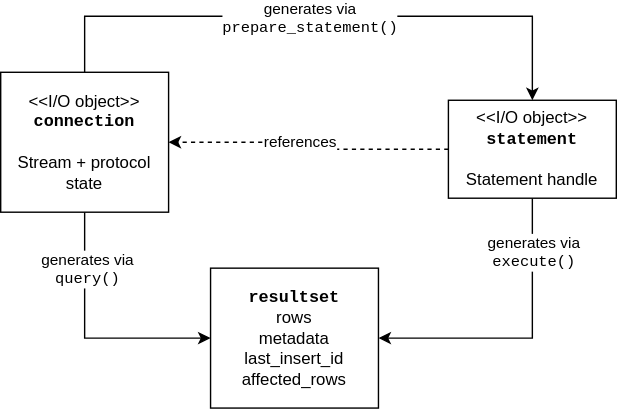
boostorg/mysql keeps this draw.io diagram as doc/images/class_hierarchy.svg. Above is the earlier version. Source tidied: cells renumbered, new cells last; positions are measured from the earlier drawing's top-left corner, leaving out a move shared by most shapes. Source of this version:
```xml
<mxGraphModel>
  <root>
    <mxCell id="0" />
    <mxCell id="1" parent="0" />
    <mxCell id="2" style="edgeStyle=orthogonalEdgeStyle;rounded=0;jettySize=auto;html=1;exitX=0.5;exitY=1;exitDx=0;exitDy=0;entryX=0;entryY=0.5;entryDx=0;entryDy=0;" parent="1" edge="1" source="6" target="7">
      <mxGeometry relative="1" as="geometry" />
    </mxCell>
    <mxCell id="3" value="&lt;div&gt;generates via&lt;br&gt;&lt;/div&gt;&lt;div&gt;&lt;font face=&quot;Courier New&quot;&gt;query()&lt;/font&gt;&lt;br&gt;&lt;/div&gt;" style="edgeLabel;html=1;align=center;verticalAlign=middle;" parent="2" vertex="1">
      <mxGeometry x="-0.55" y="1" relative="1" as="geometry" />
    </mxCell>
    <mxCell id="4" style="edgeStyle=orthogonalEdgeStyle;rounded=0;jettySize=auto;html=1;exitX=0.5;exitY=0;exitDx=0;exitDy=0;entryX=0.5;entryY=0;entryDx=0;entryDy=0;fontFamily=Courier New;" parent="1" edge="1" source="6" target="12">
      <mxGeometry relative="1" as="geometry">
        <Array as="points">
          <mxPoint x="60" />
          <mxPoint x="380" />
        </Array>
      </mxGeometry>
    </mxCell>
    <mxCell id="5" value="&lt;div&gt;&lt;font face=&quot;Helvetica&quot;&gt;generates via&lt;/font&gt;&lt;/div&gt;&lt;div&gt;&lt;font face=&quot;Courier New&quot;&gt;prepare_statement()&lt;/font&gt;&lt;br&gt;&lt;/div&gt;" style="edgeLabel;html=1;align=center;verticalAlign=middle;fontFamily=Courier New;" parent="4" vertex="1">
      <mxGeometry x="0.14" y="-1" relative="1" as="geometry">
        <mxPoint x="-39" as="offset" />
      </mxGeometry>
    </mxCell>
    <mxCell id="6" value="&amp;lt;&amp;lt;I/O object&amp;gt;&amp;gt;&lt;br&gt;&lt;div&gt;&lt;font face=&quot;Courier New&quot;&gt;&lt;b&gt;connection&lt;/b&gt;&lt;/font&gt;&lt;/div&gt;&lt;div&gt;&lt;b&gt;&lt;br&gt;&lt;/b&gt;&lt;/div&gt;&lt;div&gt;Stream + protocol state&lt;br&gt;&lt;/div&gt;" style="rounded=0;whiteSpace=wrap;html=1;" parent="1" vertex="1">
      <mxGeometry y="40" width="120" height="100" as="geometry" />
    </mxCell>
    <mxCell id="7" value="&lt;div&gt;&lt;font face=&quot;Courier New&quot;&gt;&lt;b&gt;resultset&lt;/b&gt;&lt;/font&gt;&lt;/div&gt;&lt;div&gt;rows&lt;/div&gt;&lt;div&gt;metadata&lt;/div&gt;&lt;div&gt;last_insert_id&lt;/div&gt;&lt;div&gt;affected_rows&lt;br&gt;&lt;/div&gt;" style="rounded=0;whiteSpace=wrap;html=1;" parent="1" vertex="1">
      <mxGeometry x="150" y="180" width="120" height="100" as="geometry" />
    </mxCell>
    <mxCell id="8" style="edgeStyle=orthogonalEdgeStyle;rounded=0;jettySize=auto;html=1;entryX=1;entryY=0.5;entryDx=0;entryDy=0;dashed=1;" parent="1" edge="1" source="12" target="6">
      <mxGeometry relative="1" as="geometry" />
    </mxCell>
    <mxCell id="9" value="references" style="edgeLabel;html=1;align=center;verticalAlign=middle;" parent="8" vertex="1">
      <mxGeometry x="0.24" y="-2" relative="1" as="geometry">
        <mxPoint x="16" y="1" as="offset" />
      </mxGeometry>
    </mxCell>
    <mxCell id="10" style="edgeStyle=orthogonalEdgeStyle;rounded=0;jettySize=auto;html=1;exitX=0.5;exitY=1;exitDx=0;exitDy=0;entryX=1;entryY=0.5;entryDx=0;entryDy=0;" parent="1" edge="1" source="12" target="7">
      <mxGeometry relative="1" as="geometry" />
    </mxCell>
    <mxCell id="11" value="&lt;div&gt;&lt;font face=&quot;Helvetica&quot;&gt;generates via&lt;/font&gt;&lt;/div&gt;&lt;div&gt;execute()&lt;br&gt;&lt;/div&gt;" style="edgeLabel;html=1;align=center;verticalAlign=middle;fontFamily=Courier New;" parent="10" vertex="1">
      <mxGeometry x="-0.64" relative="1" as="geometry" />
    </mxCell>
    <mxCell id="12" value="&amp;lt;&amp;lt;I/O object&amp;gt;&amp;gt;&lt;br&gt;&lt;div&gt;&lt;font face=&quot;Courier New&quot;&gt;&lt;b&gt;statement&lt;/b&gt;&lt;/font&gt;&lt;/div&gt;&lt;div&gt;&lt;br&gt;&lt;/div&gt;&lt;div&gt;Statement handle&lt;br&gt;&lt;/div&gt;" style="rounded=0;whiteSpace=wrap;html=1;" parent="1" vertex="1">
      <mxGeometry x="320" y="60" width="120" height="70" as="geometry" />
    </mxCell>
  </root>
</mxGraphModel>
```
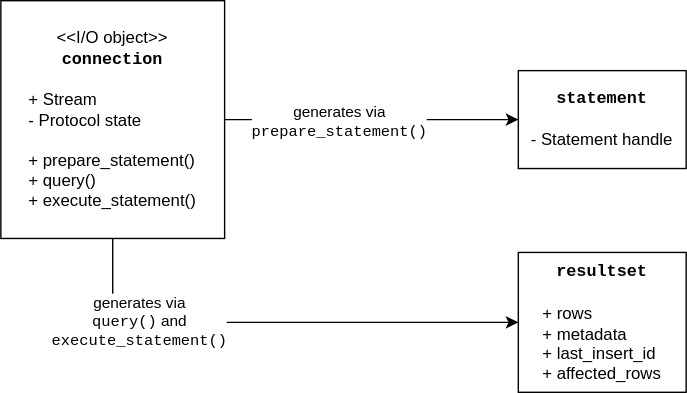
Later version of the same file.

Change to the diagram source:
```diff
@@ -5,44 +5,25 @@
     <mxCell id="2" style="edgeStyle=orthogonalEdgeStyle;rounded=0;jettySize=auto;html=1;exitX=0.5;exitY=1;exitDx=0;exitDy=0;entryX=0;entryY=0.5;entryDx=0;entryDy=0;" parent="1" edge="1" source="6" target="7">
       <mxGeometry relative="1" as="geometry" />
     </mxCell>
-    <mxCell id="3" value="&lt;div&gt;generates via&lt;br&gt;&lt;/div&gt;&lt;div&gt;&lt;font face=&quot;Courier New&quot;&gt;query()&lt;/font&gt;&lt;br&gt;&lt;/div&gt;" style="edgeLabel;html=1;align=center;verticalAlign=middle;" parent="2" vertex="1">
+    <mxCell id="3" value="&lt;div&gt;generates via&lt;br&gt;&lt;/div&gt;&lt;div&gt;&lt;font face=&quot;Courier New&quot;&gt;query()&lt;/font&gt; and&lt;/div&gt;&lt;div&gt;&lt;font face=&quot;Courier New&quot;&gt;execute_statement()&lt;/font&gt;&lt;br&gt;&lt;/div&gt;" style="edgeLabel;html=1;align=center;verticalAlign=middle;" parent="2" vertex="1">
       <mxGeometry x="-0.55" y="1" relative="1" as="geometry" />
     </mxCell>
-    <mxCell id="4" style="edgeStyle=orthogonalEdgeStyle;rounded=0;jettySize=auto;html=1;exitX=0.5;exitY=0;exitDx=0;exitDy=0;entryX=0.5;entryY=0;entryDx=0;entryDy=0;fontFamily=Courier New;" parent="1" edge="1" source="6" target="12">
-      <mxGeometry relative="1" as="geometry">
-        <Array as="points">
-          <mxPoint x="60" />
-          <mxPoint x="380" />
-        </Array>
-      </mxGeometry>
+    <mxCell id="4" style="edgeStyle=orthogonalEdgeStyle;rounded=0;jettySize=auto;html=1;exitX=1;exitY=0.5;exitDx=0;exitDy=0;entryX=0;entryY=0.5;entryDx=0;entryDy=0;fontFamily=Courier New;" parent="1" edge="1" source="6" target="12">
+      <mxGeometry relative="1" as="geometry" />
     </mxCell>
     <mxCell id="5" value="&lt;div&gt;&lt;font face=&quot;Helvetica&quot;&gt;generates via&lt;/font&gt;&lt;/div&gt;&lt;div&gt;&lt;font face=&quot;Courier New&quot;&gt;prepare_statement()&lt;/font&gt;&lt;br&gt;&lt;/div&gt;" style="edgeLabel;html=1;align=center;verticalAlign=middle;fontFamily=Courier New;" parent="4" vertex="1">
       <mxGeometry x="0.14" y="-1" relative="1" as="geometry">
         <mxPoint x="-39" as="offset" />
       </mxGeometry>
     </mxCell>
-    <mxCell id="6" value="&amp;lt;&amp;lt;I/O object&amp;gt;&amp;gt;&lt;br&gt;&lt;div&gt;&lt;font face=&quot;Courier New&quot;&gt;&lt;b&gt;connection&lt;/b&gt;&lt;/font&gt;&lt;/div&gt;&lt;div&gt;&lt;b&gt;&lt;br&gt;&lt;/b&gt;&lt;/div&gt;&lt;div&gt;Stream + protocol state&lt;br&gt;&lt;/div&gt;" style="rounded=0;whiteSpace=wrap;html=1;" parent="1" vertex="1">
-      <mxGeometry y="40" width="120" height="100" as="geometry" />
+    <mxCell id="6" value="&amp;lt;&amp;lt;I/O object&amp;gt;&amp;gt;&lt;br&gt;&lt;div&gt;&lt;font face=&quot;Courier New&quot;&gt;&lt;b&gt;connection&lt;/b&gt;&lt;/font&gt;&lt;/div&gt;&lt;div&gt;&lt;br&gt;&lt;/div&gt;&lt;div align=&quot;left&quot;&gt;+ Stream&lt;br&gt;&lt;/div&gt;&lt;div align=&quot;left&quot;&gt;- Protocol state&lt;/div&gt;&lt;div align=&quot;left&quot;&gt;&lt;br&gt;&lt;/div&gt;&lt;div align=&quot;left&quot;&gt;+ prepare_statement()&lt;br&gt;&lt;/div&gt;&lt;div align=&quot;left&quot;&gt;+ query()&lt;/div&gt;&lt;div align=&quot;left&quot;&gt;+ execute_statement()&lt;br&gt;&lt;/div&gt;" style="rounded=0;whiteSpace=wrap;html=1;" parent="1" vertex="1">
+      <mxGeometry x="-60" y="10" width="160" height="170" as="geometry" />
     </mxCell>
-    <mxCell id="7" value="&lt;div&gt;&lt;font face=&quot;Courier New&quot;&gt;&lt;b&gt;resultset&lt;/b&gt;&lt;/font&gt;&lt;/div&gt;&lt;div&gt;rows&lt;/div&gt;&lt;div&gt;metadata&lt;/div&gt;&lt;div&gt;last_insert_id&lt;/div&gt;&lt;div&gt;affected_rows&lt;br&gt;&lt;/div&gt;" style="rounded=0;whiteSpace=wrap;html=1;" parent="1" vertex="1">
-      <mxGeometry x="150" y="180" width="120" height="100" as="geometry" />
+    <mxCell id="7" value="&lt;div&gt;&lt;font face=&quot;Courier New&quot;&gt;&lt;b&gt;resultset&lt;/b&gt;&lt;/font&gt;&lt;/div&gt;&lt;div&gt;&lt;font face=&quot;Courier New&quot;&gt;&lt;b&gt;&lt;br&gt;&lt;/b&gt;&lt;/font&gt;&lt;/div&gt;&lt;div align=&quot;left&quot;&gt;+ rows&lt;/div&gt;&lt;div align=&quot;left&quot;&gt;+ metadata&lt;/div&gt;&lt;div align=&quot;left&quot;&gt;+ last_insert_id&lt;/div&gt;&lt;div align=&quot;left&quot;&gt;+ affected_rows&lt;br&gt;&lt;/div&gt;" style="rounded=0;whiteSpace=wrap;html=1;" parent="1" vertex="1">
+      <mxGeometry x="310" y="190" width="120" height="100" as="geometry" />
     </mxCell>
-    <mxCell id="8" style="edgeStyle=orthogonalEdgeStyle;rounded=0;jettySize=auto;html=1;entryX=1;entryY=0.5;entryDx=0;entryDy=0;dashed=1;" parent="1" edge="1" source="12" target="6">
-      <mxGeometry relative="1" as="geometry" />
-    </mxCell>
-    <mxCell id="9" value="references" style="edgeLabel;html=1;align=center;verticalAlign=middle;" parent="8" vertex="1">
-      <mxGeometry x="0.24" y="-2" relative="1" as="geometry">
-        <mxPoint x="16" y="1" as="offset" />
-      </mxGeometry>
-    </mxCell>
-    <mxCell id="10" style="edgeStyle=orthogonalEdgeStyle;rounded=0;jettySize=auto;html=1;exitX=0.5;exitY=1;exitDx=0;exitDy=0;entryX=1;entryY=0.5;entryDx=0;entryDy=0;" parent="1" edge="1" source="12" target="7">
-      <mxGeometry relative="1" as="geometry" />
-    </mxCell>
-    <mxCell id="11" value="&lt;div&gt;&lt;font face=&quot;Helvetica&quot;&gt;generates via&lt;/font&gt;&lt;/div&gt;&lt;div&gt;execute()&lt;br&gt;&lt;/div&gt;" style="edgeLabel;html=1;align=center;verticalAlign=middle;fontFamily=Courier New;" parent="10" vertex="1">
-      <mxGeometry x="-0.64" relative="1" as="geometry" />
-    </mxCell>
-    <mxCell id="12" value="&amp;lt;&amp;lt;I/O object&amp;gt;&amp;gt;&lt;br&gt;&lt;div&gt;&lt;font face=&quot;Courier New&quot;&gt;&lt;b&gt;statement&lt;/b&gt;&lt;/font&gt;&lt;/div&gt;&lt;div&gt;&lt;br&gt;&lt;/div&gt;&lt;div&gt;Statement handle&lt;br&gt;&lt;/div&gt;" style="rounded=0;whiteSpace=wrap;html=1;" parent="1" vertex="1">
-      <mxGeometry x="320" y="60" width="120" height="70" as="geometry" />
+    <mxCell id="12" value="&lt;font face=&quot;Courier New&quot;&gt;&lt;b&gt;statement&lt;/b&gt;&lt;/font&gt;&lt;div align=&quot;left&quot;&gt;&lt;br&gt;&lt;/div&gt;&lt;div&gt;- Statement handle&lt;br&gt;&lt;/div&gt;" style="rounded=0;whiteSpace=wrap;html=1;" parent="1" vertex="1">
+      <mxGeometry x="310" y="60" width="120" height="70" as="geometry" />
     </mxCell>
   </root>
 </mxGraphModel>
```
